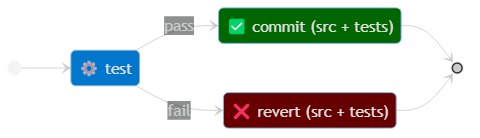
This is webapp/src/assets/images/variant-original.png from murex/TCR, a Mermaid export, as it was before one commit. Its source is kept beside it as variants-doc/mmd/variant-original.mmd.
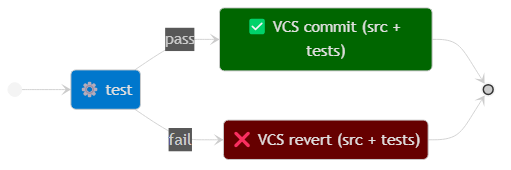
The same diagram one commit later.

Commit message:
[#674] Add "introspective" variant statechart image

Change to the diagram source:
```diff
@@ -1,8 +1,8 @@
 stateDiagram-v2
     direction LR
     state "⚙️ test" as Test
-    state "✅ commit (src + tests)" as Commit
-    state "❌ revert (src + tests)" as Revert
+    state "✅ VCS commit (src + tests)" as Commit
+    state "❌ VCS revert (src + tests)" as Revert
     [*] --> Test
     Test --> Commit: pass
     Test --> Revert: fail
```
